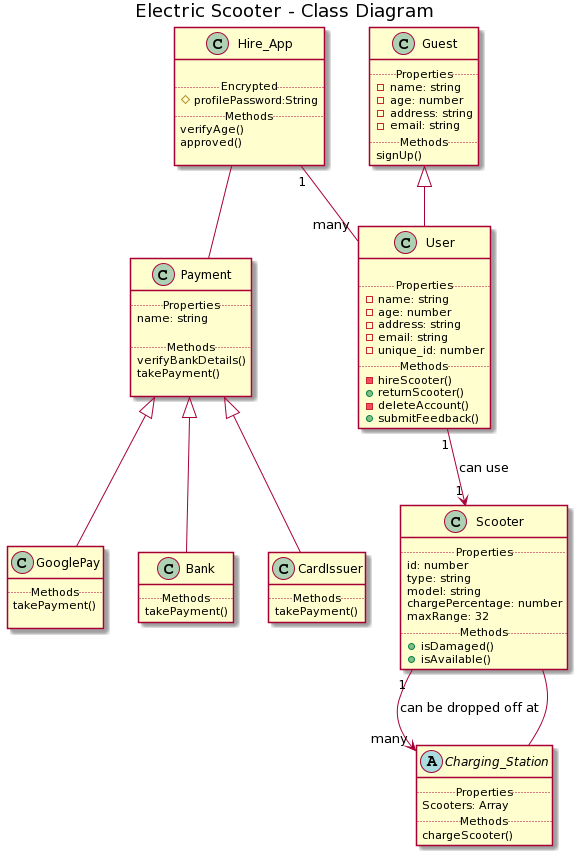
Before: UML_Diagrams/scooter_class_diagram.png, a diagram exported from PlantUML (BevAntwi98/Scooter_Challenge).
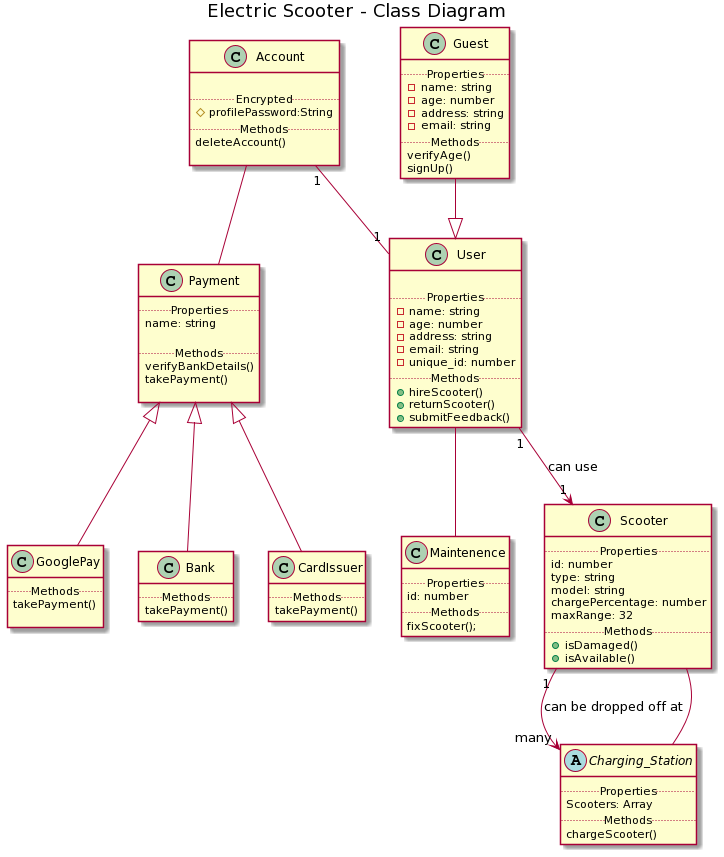
After the commit.

Commit message:
amended use case and class diagrams per review notes, working on classes next

The edit, as a diff of the source:
```diff
@@ -1,13 +1,12 @@
 @startuml
 title Electric Scooter - Class Diagram
 
-class Hire_App{
+class Account{
 
 ..Encrypted..
 #profilePassword:String
 ..Methods..
-verifyAge()
-approved()
+deleteAccount()
 
 }
 
@@ -18,6 +17,7 @@
 -address: string
 -email: string
 ..Methods..
+verifyAge()
 signUp()
 }
 
@@ -30,9 +30,8 @@
 -email: string
 -unique_id: number
 ..Methods..
--hireScooter()
++hireScooter()
 +returnScooter()
--deleteAccount()
 +submitFeedback()
 }
 
@@ -77,18 +76,24 @@
 ..Methods..
 takePayment()
 }
+class Maintenence{
+..Properties..
+id: number
+..Methods..
+fixScooter();
+}
 
 
 
-Hire_App "1" -- "many" User
+Account "1" -- "1" User
 User "1" --> "1" Scooter: can use
 Scooter "1" --> "many" Charging_Station: can be dropped off at
 
 Charging_Station --Scooter
-Guest <|-- User
+Guest --|> User
 Payment<|--GooglePay
 Payment<|--Bank
 Payment<|--CardIssuer
-
-Hire_App -- Payment
+Account -- Payment
+User -- Maintenence
 @enduml
```
